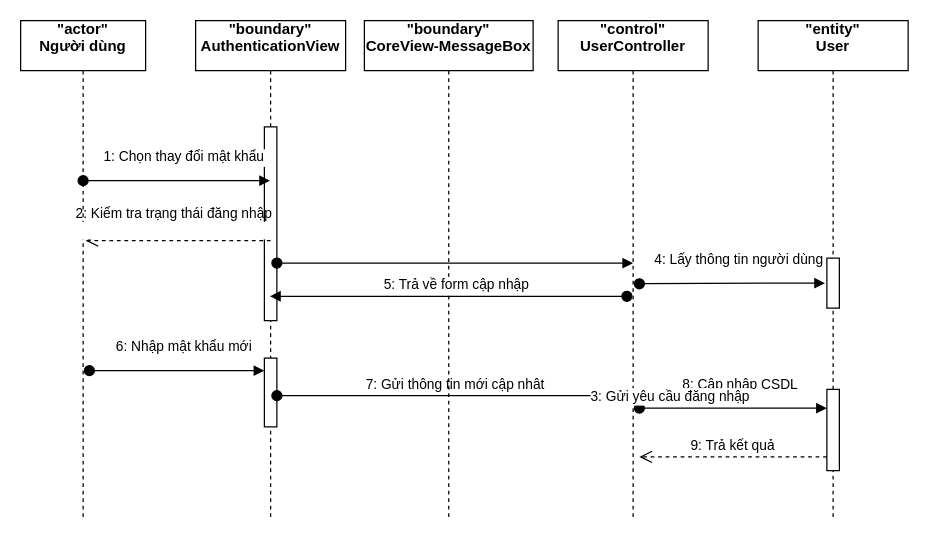
The draw.io diagram Untitled Diagram.drawio in Thanh0803/ns3-project, before the edit. Source tidied: cells renumbered, new cells numbered last; positions are measured from the earlier drawing's top-left corner, leaving out a move shared by most shapes. Both pictures are drawn from the tidied source at 125%, with x=0, y=0 at pixel (20, 20).
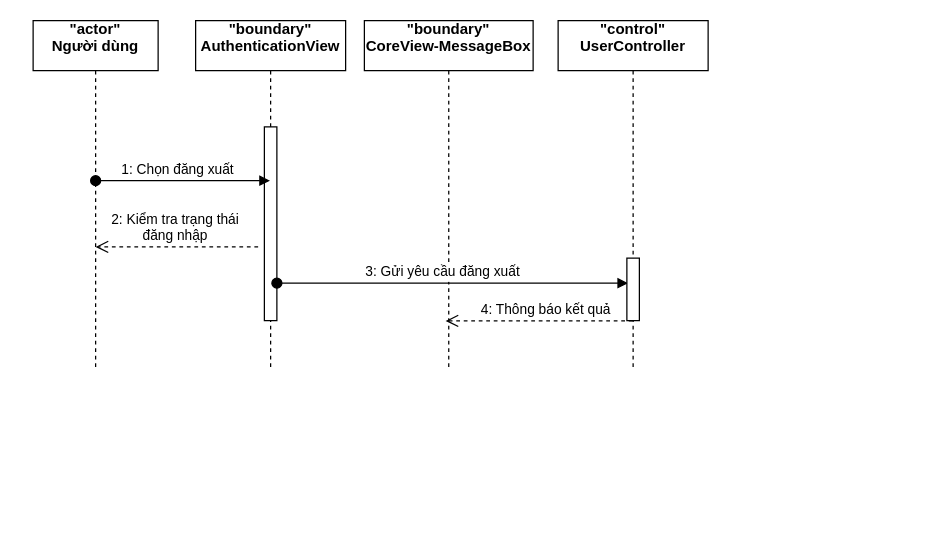
The same diagram, later.

The change refers to these unchanged cells:
```xml
<mxCell id="4" style="points=[];perimeter=orthogonalPerimeter;rounded=0;shadow=0;strokeWidth=1;" parent="3" vertex="1">
  <mxGeometry x="55" y="85" width="10" height="155" as="geometry" />
</mxCell>
```

Change to the diagram source:
```diff
@@
     <mxCell id="2" value="&quot;actor&quot;&#10;Người dùng&#10;" style="shape=umlLifeline;perimeter=lifelinePerimeter;rounded=0;shadow=0;strokeWidth=1;fontStyle=1;" parent="1" vertex="1">
-      <mxGeometry width="100" height="400" as="geometry" />
+      <mxGeometry x="10" width="100" height="280" as="geometry" />
     </mxCell>
     <mxCell id="3" value="&quot;boundary&quot;&#10;AuthenticationView&#10;" style="shape=umlLifeline;perimeter=lifelinePerimeter;rounded=0;shadow=0;strokeWidth=1;fontStyle=1;" parent="1" vertex="1">
-      <mxGeometry x="140" width="120" height="400" as="geometry" />
+      <mxGeometry x="140" width="120" height="280" as="geometry" />
     </mxCell>
@@
-    <mxCell id="5" value="6: Nhập mật khẩu mới" style="verticalAlign=bottom;startArrow=oval;endArrow=block;startSize=8;shadow=0;strokeWidth=1;" parent="3" edge="1">
-      <mxGeometry x="0.08" y="10" relative="1" as="geometry">
-        <mxPoint x="-85" y="280" as="sourcePoint" />
-        <mxPoint x="55" y="280" as="targetPoint" />
-        <Array as="points">
-          <mxPoint x="20.5" y="280" />
-        </Array>
-      </mxGeometry>
-    </mxCell>
-    <mxCell id="6" style="perimeter=orthogonalPerimeter;rounded=0;shadow=0;strokeWidth=1;" parent="3" vertex="1">
-      <mxGeometry x="55" y="270" width="10" height="55" as="geometry" />
-    </mxCell>
-    <mxCell id="7" value="7: Gửi thông tin mới cập nhât" style="verticalAlign=bottom;startArrow=oval;endArrow=block;startSize=8;shadow=0;strokeWidth=1;exitX=1;exitY=0.703;exitDx=0;exitDy=0;exitPerimeter=0;entryX=0;entryY=0.364;entryDx=0;entryDy=0;entryPerimeter=0;" parent="3" edge="1">
-      <mxGeometry x="0.02" relative="1" as="geometry">
-        <mxPoint x="65" y="300" as="sourcePoint" />
-        <mxPoint x="345" y="300" as="targetPoint" />
-      </mxGeometry>
-    </mxCell>
     <mxCell id="8" value="&quot;boundary&quot;&#10;CoreView-MessageBox&#10;" style="shape=umlLifeline;perimeter=lifelinePerimeter;rounded=0;shadow=0;strokeWidth=1;fontStyle=1;" parent="1" vertex="1">
-      <mxGeometry x="275" width="135" height="400" as="geometry" />
+      <mxGeometry x="275" width="135" height="280" as="geometry" />
     </mxCell>
+    <mxCell id="20" value="3: Gửi yêu cầu đăng xuất" style="verticalAlign=bottom;startArrow=oval;endArrow=block;startSize=8;shadow=0;strokeWidth=1;entryX=0.1;entryY=0.4;entryDx=0;entryDy=0;entryPerimeter=0;" parent="8" edge="1" target="21">
+      <mxGeometry x="-0.05" relative="1" as="geometry">
+        <mxPoint x="-70" y="210" as="sourcePoint" />
+        <Array as="points">
+          <mxPoint x="40" y="210" />
+        </Array>
+      </mxGeometry>
+    </mxCell>
     <mxCell id="9" value="&quot;control&quot;&#10;UserController&#10;" style="shape=umlLifeline;perimeter=lifelinePerimeter;rounded=0;shadow=0;strokeWidth=1;fontStyle=1;" parent="1" vertex="1">
-      <mxGeometry x="430" width="120" height="400" as="geometry" />
+      <mxGeometry x="430" width="120" height="280" as="geometry" />
     </mxCell>
-    <mxCell id="10" value="5: Trả về form cập nhập" style="verticalAlign=bottom;startArrow=oval;endArrow=block;startSize=8;shadow=0;strokeWidth=1;exitX=0.51;exitY=0.367;exitDx=0;exitDy=0;exitPerimeter=0;" parent="9" edge="1" target="3">
-      <mxGeometry x="-0.05" relative="1" as="geometry">
-        <mxPoint x="55" y="220.5" as="sourcePoint" />
-      </mxGeometry>
-    </mxCell>
-    <mxCell id="11" value="4: Lấy thông tin người dùng" style="verticalAlign=bottom;startArrow=oval;endArrow=block;startSize=8;shadow=0;strokeWidth=1;exitX=0.51;exitY=0.367;exitDx=0;exitDy=0;exitPerimeter=0;" parent="9" edge="1">
-      <mxGeometry x="0.08" y="10" relative="1" as="geometry">
-        <mxPoint x="65" y="210.5" as="sourcePoint" />
-        <mxPoint x="213.5" y="210" as="targetPoint" />
-        <Array as="points">
-          <mxPoint x="184" y="210" />
-        </Array>
-      </mxGeometry>
-    </mxCell>
-    <mxCell id="12" value="8: Cập nhập CSDL" style="verticalAlign=bottom;startArrow=oval;endArrow=block;startSize=8;shadow=0;strokeWidth=1;" parent="9" edge="1">
-      <mxGeometry x="0.08" y="10" relative="1" as="geometry">
-        <mxPoint x="65" y="310" as="sourcePoint" />
-        <mxPoint x="215" y="310" as="targetPoint" />
-        <Array as="points">
-          <mxPoint x="180.5" y="310" />
-        </Array>
-      </mxGeometry>
-    </mxCell>
-    <mxCell id="13" value="&quot;entity&quot;&#10;User&#10;" style="shape=umlLifeline;perimeter=lifelinePerimeter;rounded=0;shadow=0;strokeWidth=1;fontStyle=1;" parent="1" vertex="1">
-      <mxGeometry x="590" width="120" height="400" as="geometry" />
-    </mxCell>
-    <mxCell id="14" style="perimeter=orthogonalPerimeter;rounded=0;shadow=0;strokeWidth=1;" parent="13" vertex="1">
-      <mxGeometry x="55" y="190" width="10" height="40" as="geometry" />
-    </mxCell>
-    <mxCell id="15" style="perimeter=orthogonalPerimeter;rounded=0;shadow=0;strokeWidth=1;" parent="13" vertex="1">
-      <mxGeometry x="55" y="295" width="10" height="65" as="geometry" />
-    </mxCell>
-    <mxCell id="16" value="9: Trả kết quả" style="verticalAlign=bottom;endArrow=open;dashed=1;endSize=8;shadow=0;strokeWidth=1;" parent="13" edge="1">
-      <mxGeometry relative="1" as="geometry">
-        <mxPoint x="55" y="349" as="sourcePoint" />
-        <mxPoint x="-95" y="349" as="targetPoint" />
-      </mxGeometry>
-    </mxCell>
+    <mxCell id="21" style="points=[];perimeter=orthogonalPerimeter;rounded=0;shadow=0;strokeWidth=1;" parent="9" vertex="1">
+      <mxGeometry x="55" y="190" width="10" height="50" as="geometry" />
+    </mxCell>
+    <mxCell id="22" value="4: Thông báo kết quả" style="verticalAlign=bottom;endArrow=open;dashed=1;endSize=8;shadow=0;strokeWidth=1;entryX=0.51;entryY=0.453;entryDx=0;entryDy=0;entryPerimeter=0;" parent="9" edge="1" source="9">
+      <mxGeometry x="-0.07" relative="1" as="geometry">
+        <mxPoint x="-90" y="240.2" as="targetPoint" />
+        <mxPoint x="1" as="offset" />
+      </mxGeometry>
+    </mxCell>
-    <mxCell id="17" value="1: Chọn thay đổi mật khẩu" style="verticalAlign=bottom;startArrow=oval;endArrow=block;startSize=8;shadow=0;strokeWidth=1;" parent="1" edge="1" target="3">
-      <mxGeometry x="0.08" y="10" relative="1" as="geometry">
-        <mxPoint x="50" y="128" as="sourcePoint" />
+    <mxCell id="17" value="1: Chọn đăng xuất" style="verticalAlign=bottom;startArrow=oval;endArrow=block;startSize=8;shadow=0;strokeWidth=1;" parent="1" edge="1" target="3">
+      <mxGeometry x="-0.06" relative="1" as="geometry">
+        <mxPoint x="60" y="128" as="sourcePoint" />
         <Array as="points">
           <mxPoint x="170" y="128" />
         </Array>
       </mxGeometry>
     </mxCell>
-    <mxCell id="18" value="3: Gửi yêu cầu đăng nhập" style="verticalAlign=bottom;startArrow=oval;endArrow=block;startSize=8;shadow=0;strokeWidth=1;exitX=1;exitY=0.703;exitDx=0;exitDy=0;exitPerimeter=0;" parent="1" edge="1" source="4">
-      <mxGeometry x="1" y="-120" relative="1" as="geometry">
-        <mxPoint x="490" y="194" as="targetPoint" />
-        <mxPoint x="30" y="-4" as="offset" />
-      </mxGeometry>
-    </mxCell>
-    <mxCell id="19" value="2: Kiểm tra trạng thái đăng nhập&#10;" style="verticalAlign=bottom;endArrow=open;dashed=1;endSize=8;shadow=0;strokeWidth=1;entryX=0.52;entryY=0.44;entryDx=0;entryDy=0;entryPerimeter=0;" parent="1" edge="1" target="2">
-      <mxGeometry x="0.06" relative="1" as="geometry">
-        <mxPoint x="200" y="176" as="sourcePoint" />
-        <mxPoint x="1" as="offset" />
+    <mxCell id="19" value="2: Kiểm tra trạng thái &#10;đăng nhập" style="verticalAlign=bottom;endArrow=open;dashed=1;endSize=8;shadow=0;strokeWidth=1;" parent="1" edge="1">
+      <mxGeometry x="0.01" relative="1" as="geometry">
+        <mxPoint x="190" y="181" as="sourcePoint" />
+        <mxPoint x="60" y="181" as="targetPoint" />
       </mxGeometry>
     </mxCell>
```
